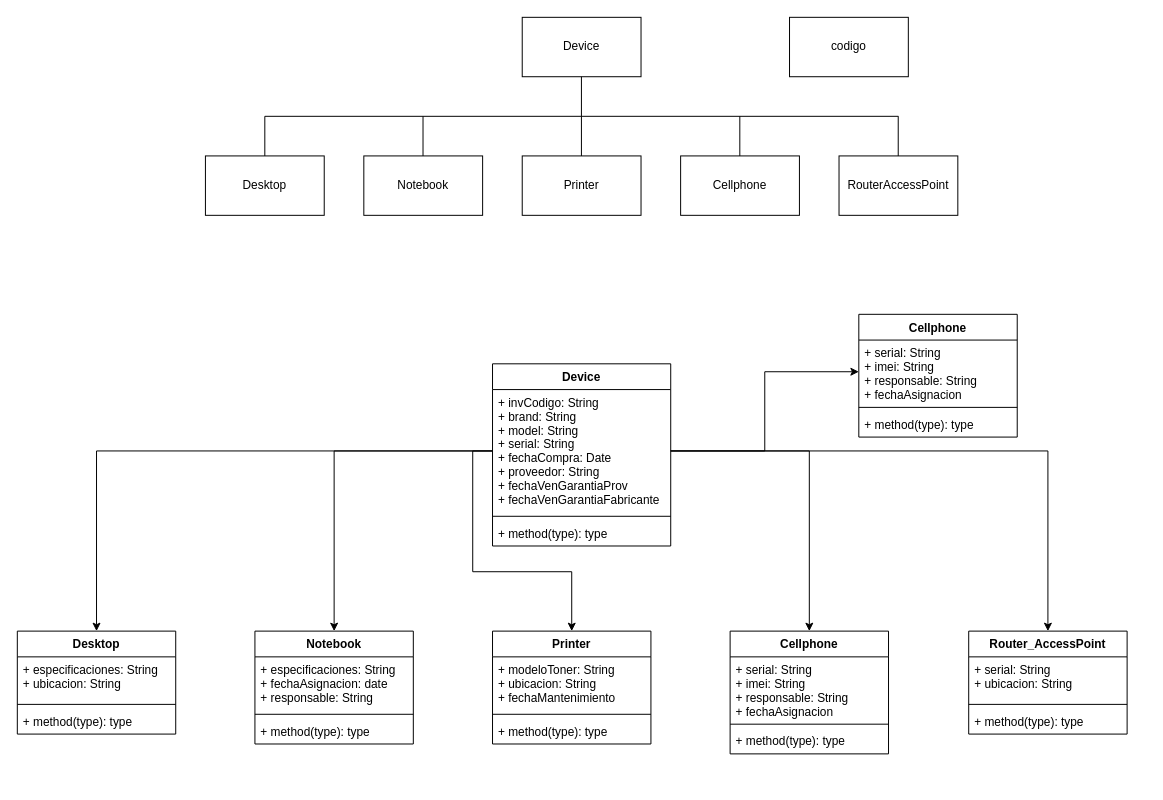
Earlier version of the draw.io diagram doc/Untitled Diagram.drawio (juliohernandezcm/proyectCoder). Source tidied: cells renumbered, new cells numbered last; positions are measured from the earlier drawing's top-left corner, leaving out a move shared by most shapes. Both pictures are drawn from the tidied source at 99%, with x=0, y=0 at pixel (17, 17).
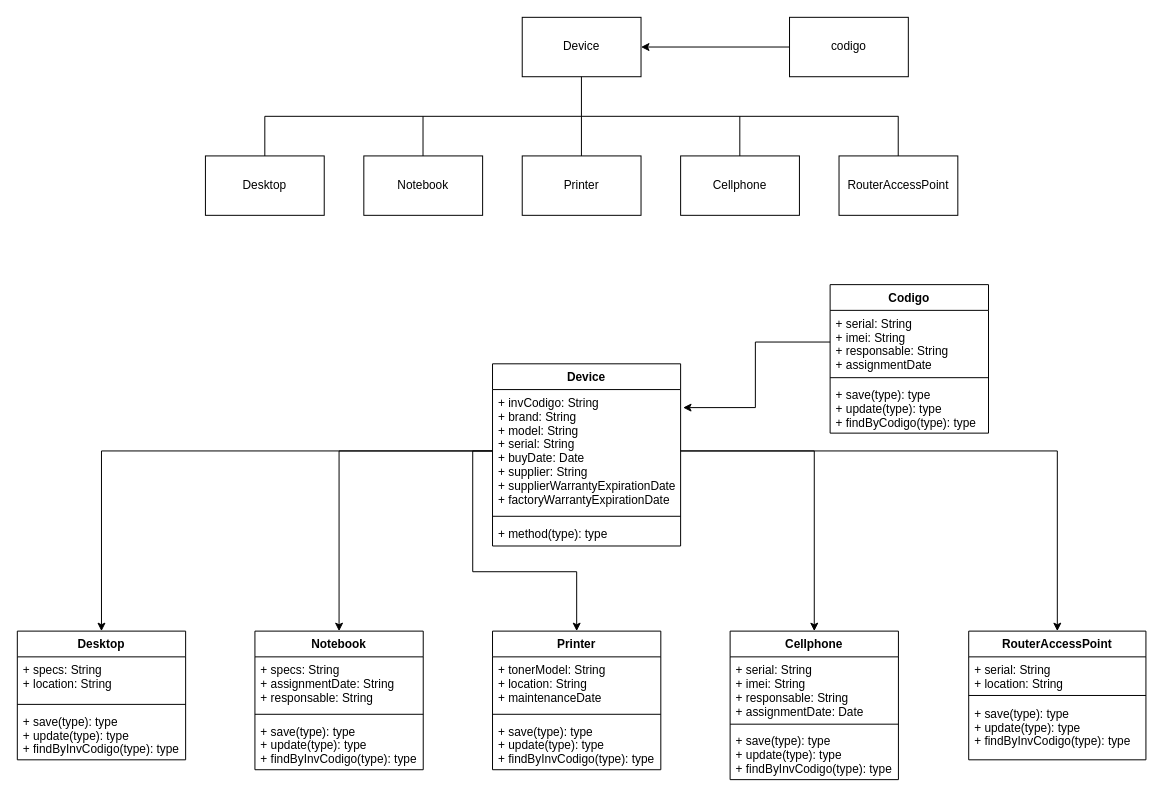
Above is the later version.

Commit message:
Agregando metodos 1

The change refers to these unchanged cells:
```xml
<mxCell id="2" value="Device" style="rounded=0;whiteSpace=wrap;html=1;" parent="1" vertex="1">
  <mxGeometry x="510" width="120" height="60" as="geometry" />
</mxCell>
<mxCell id="15" value="codigo" style="rounded=0;whiteSpace=wrap;html=1;" parent="1" vertex="1">
  <mxGeometry x="780" width="120" height="60" as="geometry" />
</mxCell>
```

The edit, as a diff of the source:
```diff
@@
+    <mxCell id="50" style="edgeStyle=orthogonalEdgeStyle;rounded=0;jettySize=auto;html=1;" parent="1" edge="1" source="15" target="2">
+      <mxGeometry relative="1" as="geometry" />
+    </mxCell>
@@
     <mxCell id="16" value="Desktop&#10;" style="swimlane;fontStyle=1;align=center;verticalAlign=top;horizontal=1;startSize=26;" parent="1" vertex="1">
-      <mxGeometry y="620" width="160" height="104" as="geometry" />
+      <mxGeometry y="620" width="170" height="130" as="geometry" />
     </mxCell>
-    <mxCell id="17" value="+ especificaciones: String&#10;+ ubicacion: String&#10;" style="text;strokeColor=none;fillColor=none;align=left;verticalAlign=top;spacingLeft=4;spacingRight=4;overflow=hidden;" parent="16" vertex="1">
-      <mxGeometry y="26" width="160" height="44" as="geometry" />
+    <mxCell id="17" value="+ specs: String&#10;+ location: String&#10;" style="text;strokeColor=none;fillColor=none;align=left;verticalAlign=top;spacingLeft=4;spacingRight=4;overflow=hidden;" parent="16" vertex="1">
+      <mxGeometry y="26" width="170" height="44" as="geometry" />
     </mxCell>
     <mxCell id="18" style="line;strokeWidth=1;fillColor=none;align=left;verticalAlign=middle;spacingTop=-1;spacingLeft=3;spacingRight=3;labelPosition=right;" parent="16" vertex="1">
-      <mxGeometry y="70" width="160" height="8" as="geometry" />
+      <mxGeometry y="70" width="170" height="8" as="geometry" />
     </mxCell>
-    <mxCell id="19" value="+ method(type): type" style="text;strokeColor=none;fillColor=none;align=left;verticalAlign=top;spacingLeft=4;spacingRight=4;overflow=hidden;" parent="16" vertex="1">
-      <mxGeometry y="78" width="160" height="26" as="geometry" />
+    <mxCell id="19" value="+ save(type): type&#10;+ update(type): type&#10;+ findByInvCodigo(type): type" style="text;strokeColor=none;fillColor=none;align=left;verticalAlign=top;spacingLeft=4;spacingRight=4;overflow=hidden;" parent="16" vertex="1">
+      <mxGeometry y="78" width="170" height="52" as="geometry" />
     </mxCell>
     <mxCell id="20" value="Notebook" style="swimlane;fontStyle=1;align=center;verticalAlign=top;horizontal=1;startSize=26;" parent="1" vertex="1">
-      <mxGeometry x="240" y="620" width="160" height="114" as="geometry" />
+      <mxGeometry x="240" y="620" width="170" height="140" as="geometry" />
     </mxCell>
-    <mxCell id="21" value="+ especificaciones: String&#10;+ fechaAsignacion: date&#10;+ responsable: String&#10;" style="text;strokeColor=none;fillColor=none;align=left;verticalAlign=top;spacingLeft=4;spacingRight=4;overflow=hidden;" parent="20" vertex="1">
-      <mxGeometry y="26" width="160" height="54" as="geometry" />
+    <mxCell id="21" value="+ specs: String&#10;+ assignmentDate: String&#10;+ responsable: String&#10;" style="text;strokeColor=none;fillColor=none;align=left;verticalAlign=top;spacingLeft=4;spacingRight=4;overflow=hidden;" parent="20" vertex="1">
+      <mxGeometry y="26" width="170" height="54" as="geometry" />
     </mxCell>
     <mxCell id="22" style="line;strokeWidth=1;fillColor=none;align=left;verticalAlign=middle;spacingTop=-1;spacingLeft=3;spacingRight=3;labelPosition=right;" parent="20" vertex="1">
-      <mxGeometry y="80" width="160" height="8" as="geometry" />
+      <mxGeometry y="80" width="170" height="8" as="geometry" />
     </mxCell>
-    <mxCell id="23" value="+ method(type): type" style="text;strokeColor=none;fillColor=none;align=left;verticalAlign=top;spacingLeft=4;spacingRight=4;overflow=hidden;" parent="20" vertex="1">
-      <mxGeometry y="88" width="160" height="26" as="geometry" />
+    <mxCell id="23" value="+ save(type): type&#10;+ update(type): type&#10;+ findByInvCodigo(type): type" style="text;strokeColor=none;fillColor=none;align=left;verticalAlign=top;spacingLeft=4;spacingRight=4;overflow=hidden;" parent="20" vertex="1">
+      <mxGeometry y="88" width="170" height="52" as="geometry" />
     </mxCell>
     <mxCell id="24" value="Printer" style="swimlane;fontStyle=1;align=center;verticalAlign=top;horizontal=1;startSize=26;" parent="1" vertex="1">
-      <mxGeometry x="480" y="620" width="160" height="114" as="geometry" />
+      <mxGeometry x="480" y="620" width="170" height="140" as="geometry" />
     </mxCell>
-    <mxCell id="25" value="+ modeloToner: String&#10;+ ubicacion: String&#10;+ fechaMantenimiento" style="text;strokeColor=none;fillColor=none;align=left;verticalAlign=top;spacingLeft=4;spacingRight=4;overflow=hidden;" parent="24" vertex="1">
-      <mxGeometry y="26" width="160" height="54" as="geometry" />
+    <mxCell id="25" value="+ tonerModel: String&#10;+ location: String&#10;+ maintenanceDate" style="text;strokeColor=none;fillColor=none;align=left;verticalAlign=top;spacingLeft=4;spacingRight=4;overflow=hidden;" parent="24" vertex="1">
+      <mxGeometry y="26" width="170" height="54" as="geometry" />
     </mxCell>
     <mxCell id="26" style="line;strokeWidth=1;fillColor=none;align=left;verticalAlign=middle;spacingTop=-1;spacingLeft=3;spacingRight=3;labelPosition=right;" parent="24" vertex="1">
-      <mxGeometry y="80" width="160" height="8" as="geometry" />
+      <mxGeometry y="80" width="170" height="8" as="geometry" />
     </mxCell>
-    <mxCell id="27" value="+ method(type): type" style="text;strokeColor=none;fillColor=none;align=left;verticalAlign=top;spacingLeft=4;spacingRight=4;overflow=hidden;" parent="24" vertex="1">
-      <mxGeometry y="88" width="160" height="26" as="geometry" />
+    <mxCell id="27" value="+ save(type): type&#10;+ update(type): type&#10;+ findByInvCodigo(type): type" style="text;strokeColor=none;fillColor=none;align=left;verticalAlign=top;spacingLeft=4;spacingRight=4;overflow=hidden;" parent="24" vertex="1">
+      <mxGeometry y="88" width="170" height="52" as="geometry" />
     </mxCell>
     <mxCell id="28" value="Cellphone" style="swimlane;fontStyle=1;align=center;verticalAlign=top;horizontal=1;startSize=26;" parent="1" vertex="1">
-      <mxGeometry x="720" y="620" width="160" height="124" as="geometry" />
+      <mxGeometry x="720" y="620" width="170" height="150" as="geometry" />
     </mxCell>
-    <mxCell id="29" value="+ serial: String&#10;+ imei: String&#10;+ responsable: String&#10;+ fechaAsignacion" style="text;strokeColor=none;fillColor=none;align=left;verticalAlign=top;spacingLeft=4;spacingRight=4;overflow=hidden;" parent="28" vertex="1">
-      <mxGeometry y="26" width="160" height="64" as="geometry" />
+    <mxCell id="29" value="+ serial: String&#10;+ imei: String&#10;+ responsable: String&#10;+ assignmentDate: Date" style="text;strokeColor=none;fillColor=none;align=left;verticalAlign=top;spacingLeft=4;spacingRight=4;overflow=hidden;" parent="28" vertex="1">
+      <mxGeometry y="26" width="170" height="64" as="geometry" />
     </mxCell>
     <mxCell id="30" style="line;strokeWidth=1;fillColor=none;align=left;verticalAlign=middle;spacingTop=-1;spacingLeft=3;spacingRight=3;labelPosition=right;" parent="28" vertex="1">
-      <mxGeometry y="90" width="160" height="8" as="geometry" />
+      <mxGeometry y="90" width="170" height="8" as="geometry" />
     </mxCell>
-    <mxCell id="31" value="+ method(type): type" style="text;strokeColor=none;fillColor=none;align=left;verticalAlign=top;spacingLeft=4;spacingRight=4;overflow=hidden;" parent="28" vertex="1">
-      <mxGeometry y="98" width="160" height="26" as="geometry" />
+    <mxCell id="31" value="+ save(type): type&#10;+ update(type): type&#10;+ findByInvCodigo(type): type" style="text;strokeColor=none;fillColor=none;align=left;verticalAlign=top;spacingLeft=4;spacingRight=4;overflow=hidden;" parent="28" vertex="1">
+      <mxGeometry y="98" width="170" height="52" as="geometry" />
     </mxCell>
-    <mxCell id="32" value="Router_AccessPoint" style="swimlane;fontStyle=1;align=center;verticalAlign=top;horizontal=1;startSize=26;" parent="1" vertex="1">
-      <mxGeometry x="961" y="620" width="160" height="104" as="geometry" />
+    <mxCell id="32" value="RouterAccessPoint" style="swimlane;fontStyle=1;align=center;verticalAlign=top;horizontal=1;startSize=26;" parent="1" vertex="1">
+      <mxGeometry x="961" y="620" width="179" height="130" as="geometry" />
     </mxCell>
-    <mxCell id="33" value="+ serial: String&#10;+ ubicacion: String&#10;" style="text;strokeColor=none;fillColor=none;align=left;verticalAlign=top;spacingLeft=4;spacingRight=4;overflow=hidden;" parent="32" vertex="1">
-      <mxGeometry y="26" width="160" height="44" as="geometry" />
+    <mxCell id="33" value="+ serial: String&#10;+ location: String&#10;" style="text;strokeColor=none;fillColor=none;align=left;verticalAlign=top;spacingLeft=4;spacingRight=4;overflow=hidden;" parent="32" vertex="1">
+      <mxGeometry y="26" width="179" height="34" as="geometry" />
     </mxCell>
     <mxCell id="34" style="line;strokeWidth=1;fillColor=none;align=left;verticalAlign=middle;spacingTop=-1;spacingLeft=3;spacingRight=3;labelPosition=right;" parent="32" vertex="1">
-      <mxGeometry y="70" width="160" height="8" as="geometry" />
+      <mxGeometry y="60" width="179" height="10" as="geometry" />
     </mxCell>
-    <mxCell id="35" value="+ method(type): type" style="text;strokeColor=none;fillColor=none;align=left;verticalAlign=top;spacingLeft=4;spacingRight=4;overflow=hidden;" parent="32" vertex="1">
-      <mxGeometry y="78" width="160" height="26" as="geometry" />
+    <mxCell id="35" value="+ save(type): type&#10;+ update(type): type&#10;+ findByInvCodigo(type): type" style="text;strokeColor=none;fillColor=none;align=left;verticalAlign=top;spacingLeft=4;spacingRight=4;overflow=hidden;" parent="32" vertex="1">
+      <mxGeometry y="70" width="179" height="60" as="geometry" />
     </mxCell>
-    <mxCell id="36" value="Cellphone" style="swimlane;fontStyle=1;align=center;verticalAlign=top;horizontal=1;startSize=26;" parent="1" vertex="1">
-      <mxGeometry x="850" y="300" width="160" height="124" as="geometry" />
+    <mxCell id="36" value="Codigo&#10;" style="swimlane;fontStyle=1;align=center;verticalAlign=top;horizontal=1;startSize=26;" parent="1" vertex="1">
+      <mxGeometry x="821" y="270" width="160" height="150" as="geometry" />
     </mxCell>
-    <mxCell id="37" value="+ serial: String&#10;+ imei: String&#10;+ responsable: String&#10;+ fechaAsignacion" style="text;strokeColor=none;fillColor=none;align=left;verticalAlign=top;spacingLeft=4;spacingRight=4;overflow=hidden;points=[[0,0.5],[1,0.5]];portConstraint=eastwest;" parent="36" vertex="1">
+    <mxCell id="37" value="+ serial: String&#10;+ imei: String&#10;+ responsable: String&#10;+ assignmentDate" style="text;strokeColor=none;fillColor=none;align=left;verticalAlign=top;spacingLeft=4;spacingRight=4;overflow=hidden;points=[[0,0.5],[1,0.5]];portConstraint=eastwest;" parent="36" vertex="1">
       <mxGeometry y="26" width="160" height="64" as="geometry" />
     </mxCell>
@@
-    <mxCell id="39" value="+ method(type): type" style="text;strokeColor=none;fillColor=none;align=left;verticalAlign=top;spacingLeft=4;spacingRight=4;overflow=hidden;" parent="36" vertex="1">
-      <mxGeometry y="98" width="160" height="26" as="geometry" />
+    <mxCell id="39" value="+ save(type): type&#10;+ update(type): type&#10;+ findByCodigo(type): type" style="text;strokeColor=none;fillColor=none;align=left;verticalAlign=top;spacingLeft=4;spacingRight=4;overflow=hidden;" parent="36" vertex="1">
+      <mxGeometry y="98" width="160" height="52" as="geometry" />
     </mxCell>
     <mxCell id="40" value="Device" style="swimlane;fontStyle=1;align=center;verticalAlign=top;horizontal=1;startSize=26;" parent="1" vertex="1">
-      <mxGeometry x="480" y="350" width="180" height="184" as="geometry" />
+      <mxGeometry x="480" y="350" width="190" height="184" as="geometry" />
     </mxCell>
-    <mxCell id="41" value="+ invCodigo: String&#10;+ brand: String&#10;+ model: String&#10;+ serial: String&#10;+ fechaCompra: Date&#10;+ proveedor: String&#10;+ fechaVenGarantiaProv&#10;+ fechaVenGarantiaFabricante" style="text;strokeColor=none;fillColor=none;align=left;verticalAlign=top;spacingLeft=4;spacingRight=4;overflow=hidden;points=[[0,0.5],[1,0.5]];portConstraint=eastwest;" parent="40" vertex="1">
-      <mxGeometry y="26" width="180" height="124" as="geometry" />
+    <mxCell id="41" value="+ invCodigo: String&#10;+ brand: String&#10;+ model: String&#10;+ serial: String&#10;+ buyDate: Date&#10;+ supplier: String&#10;+ supplierWarrantyExpirationDate&#10;+ factoryWarrantyExpirationDate" style="text;strokeColor=none;fillColor=none;align=left;verticalAlign=top;spacingLeft=4;spacingRight=4;overflow=hidden;points=[[0,0.5],[1,0.5]];portConstraint=eastwest;" parent="40" vertex="1">
+      <mxGeometry y="26" width="190" height="124" as="geometry" />
     </mxCell>
     <mxCell id="42" style="line;strokeWidth=1;fillColor=none;align=left;verticalAlign=middle;spacingTop=-1;spacingLeft=3;spacingRight=3;labelPosition=right;" parent="40" vertex="1">
-      <mxGeometry y="150" width="180" height="8" as="geometry" />
+      <mxGeometry y="150" width="190" height="8" as="geometry" />
     </mxCell>
     <mxCell id="43" value="+ method(type): type" style="text;strokeColor=none;fillColor=none;align=left;verticalAlign=top;spacingLeft=4;spacingRight=4;overflow=hidden;" parent="40" vertex="1">
-      <mxGeometry y="158" width="180" height="26" as="geometry" />
+      <mxGeometry y="158" width="190" height="26" as="geometry" />
     </mxCell>
@@
-    <mxCell id="49" style="edgeStyle=orthogonalEdgeStyle;rounded=0;jettySize=auto;html=1;entryX=0;entryY=0.5;entryDx=0;entryDy=0;" parent="1" edge="1" source="41" target="37">
-      <mxGeometry relative="1" as="geometry" />
-    </mxCell>
+    <mxCell id="51" style="edgeStyle=orthogonalEdgeStyle;rounded=0;jettySize=auto;html=1;entryX=1.013;entryY=0.147;entryDx=0;entryDy=0;entryPerimeter=0;" parent="1" edge="1" source="37" target="41">
+      <mxGeometry relative="1" as="geometry" />
+    </mxCell>
```
